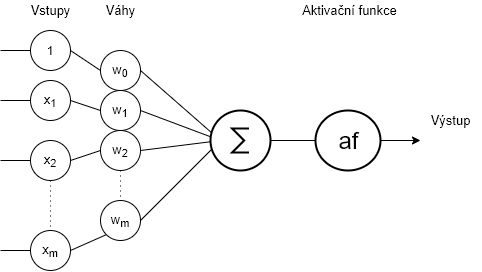
Before: thesis/obrazky/neuronSchema.png, a diagram exported from draw.io (mbobcik/Automatic-Harmony-Generation). Source tidied: cells renumbered, new cells last; positions are measured from the earlier drawing's top-left corner, leaving out a move shared by most shapes. The source it was exported from:
```xml
<mxGraphModel>
  <root>
    <mxCell id="0" />
    <mxCell id="1" parent="0" />
    <mxCell id="2" style="rounded=0;jettySize=auto;html=1;exitX=1;exitY=0.5;exitDx=0;exitDy=0;entryX=0;entryY=0.5;entryDx=0;entryDy=0;endArrow=none;endFill=0;" parent="1" edge="1" source="4" target="16">
      <mxGeometry relative="1" as="geometry" />
    </mxCell>
    <mxCell id="3" style="edgeStyle=none;rounded=0;jettySize=auto;html=1;exitX=0;exitY=0.5;exitDx=0;exitDy=0;endArrow=none;endFill=0;" parent="1" edge="1" source="4">
      <mxGeometry relative="1" as="geometry">
        <mxPoint y="50" as="targetPoint" />
      </mxGeometry>
    </mxCell>
    <mxCell id="4" value="1" style="ellipse;whiteSpace=wrap;html=1;" parent="1" vertex="1">
      <mxGeometry x="30" y="30" width="40" height="40" as="geometry" />
    </mxCell>
    <mxCell id="5" style="edgeStyle=none;rounded=0;jettySize=auto;html=1;exitX=1;exitY=0.5;exitDx=0;exitDy=0;entryX=0;entryY=1;entryDx=0;entryDy=0;endArrow=none;endFill=0;" parent="1" edge="1" source="7" target="18">
      <mxGeometry relative="1" as="geometry" />
    </mxCell>
    <mxCell id="6" style="edgeStyle=none;rounded=0;jettySize=auto;html=1;exitX=0;exitY=0.5;exitDx=0;exitDy=0;endArrow=none;endFill=0;" parent="1" edge="1" source="7">
      <mxGeometry relative="1" as="geometry">
        <mxPoint y="250" as="targetPoint" />
      </mxGeometry>
    </mxCell>
    <mxCell id="7" value="&lt;font style=&quot;font-size: 13px&quot;&gt;x&lt;sub&gt;m&lt;/sub&gt;&lt;/font&gt;" style="ellipse;whiteSpace=wrap;html=1;" parent="1" vertex="1">
      <mxGeometry x="30" y="230" width="40" height="40" as="geometry" />
    </mxCell>
    <mxCell id="8" style="edgeStyle=none;rounded=0;jettySize=auto;html=1;exitX=1;exitY=0.5;exitDx=0;exitDy=0;entryX=0;entryY=0.5;entryDx=0;entryDy=0;endArrow=none;endFill=0;" parent="1" edge="1" source="10" target="20">
      <mxGeometry relative="1" as="geometry" />
    </mxCell>
    <mxCell id="9" style="edgeStyle=none;rounded=0;jettySize=auto;html=1;exitX=0;exitY=0.5;exitDx=0;exitDy=0;endArrow=none;endFill=0;" parent="1" edge="1" source="10">
      <mxGeometry relative="1" as="geometry">
        <mxPoint y="100" as="targetPoint" />
      </mxGeometry>
    </mxCell>
    <mxCell id="10" value="&lt;font style=&quot;font-size: 13px&quot;&gt;x&lt;sub&gt;1&lt;/sub&gt;&lt;/font&gt;" style="ellipse;whiteSpace=wrap;html=1;" parent="1" vertex="1">
      <mxGeometry x="30" y="80" width="40" height="40" as="geometry" />
    </mxCell>
    <mxCell id="11" style="edgeStyle=none;rounded=0;jettySize=auto;html=1;exitX=1;exitY=0.5;exitDx=0;exitDy=0;entryX=0;entryY=0.5;entryDx=0;entryDy=0;endArrow=none;endFill=0;" parent="1" edge="1" source="14" target="23">
      <mxGeometry relative="1" as="geometry" />
    </mxCell>
    <mxCell id="12" style="edgeStyle=none;rounded=0;jettySize=auto;html=1;exitX=0;exitY=0.5;exitDx=0;exitDy=0;endArrow=none;endFill=0;" parent="1" edge="1" source="14">
      <mxGeometry relative="1" as="geometry">
        <mxPoint y="160" as="targetPoint" />
      </mxGeometry>
    </mxCell>
    <mxCell id="13" style="edgeStyle=none;rounded=0;jettySize=auto;html=1;exitX=0.5;exitY=1;exitDx=0;exitDy=0;endArrow=none;endFill=0;dashed=1;dashPattern=1 4;" parent="1" edge="1" source="14" target="7">
      <mxGeometry relative="1" as="geometry" />
    </mxCell>
    <mxCell id="14" value="&lt;font style=&quot;font-size: 13px&quot;&gt;x&lt;sub&gt;2&lt;/sub&gt;&lt;/font&gt;" style="ellipse;whiteSpace=wrap;html=1;" parent="1" vertex="1">
      <mxGeometry x="30" y="140" width="40" height="40" as="geometry" />
    </mxCell>
    <mxCell id="15" style="edgeStyle=none;rounded=0;jettySize=auto;html=1;exitX=1;exitY=0.5;exitDx=0;exitDy=0;entryX=0;entryY=0.5;entryDx=0;entryDy=0;endArrow=none;endFill=0;" parent="1" edge="1" source="16">
      <mxGeometry relative="1" as="geometry">
        <mxPoint x="220" y="140" as="targetPoint" />
      </mxGeometry>
    </mxCell>
    <mxCell id="16" value="&lt;font style=&quot;font-size: 13px&quot;&gt;w&lt;sub&gt;0&lt;/sub&gt;&lt;/font&gt;" style="ellipse;whiteSpace=wrap;html=1;" parent="1" vertex="1">
      <mxGeometry x="100" y="50" width="40" height="40" as="geometry" />
    </mxCell>
    <mxCell id="17" style="edgeStyle=none;rounded=0;jettySize=auto;html=1;exitX=1;exitY=0.5;exitDx=0;exitDy=0;endArrow=none;endFill=0;entryX=0;entryY=0.5;entryDx=0;entryDy=0;" parent="1" edge="1" source="18">
      <mxGeometry relative="1" as="geometry">
        <mxPoint x="220" y="140" as="targetPoint" />
      </mxGeometry>
    </mxCell>
    <mxCell id="18" value="&lt;font style=&quot;font-size: 13px&quot;&gt;w&lt;sub&gt;m&lt;/sub&gt;&lt;/font&gt;" style="ellipse;whiteSpace=wrap;html=1;" parent="1" vertex="1">
      <mxGeometry x="100" y="200" width="40" height="40" as="geometry" />
    </mxCell>
    <mxCell id="19" style="edgeStyle=none;rounded=0;jettySize=auto;html=1;exitX=1;exitY=0.5;exitDx=0;exitDy=0;endArrow=none;endFill=0;entryX=0;entryY=0.5;entryDx=0;entryDy=0;" parent="1" edge="1" source="20">
      <mxGeometry relative="1" as="geometry">
        <mxPoint x="220" y="140" as="targetPoint" />
      </mxGeometry>
    </mxCell>
    <mxCell id="20" value="&lt;font style=&quot;font-size: 13px&quot;&gt;w&lt;sub&gt;1&lt;/sub&gt;&lt;/font&gt;" style="ellipse;whiteSpace=wrap;html=1;" parent="1" vertex="1">
      <mxGeometry x="100" y="90" width="40" height="40" as="geometry" />
    </mxCell>
    <mxCell id="21" style="edgeStyle=none;rounded=0;jettySize=auto;html=1;exitX=1;exitY=0.5;exitDx=0;exitDy=0;entryX=0;entryY=0.5;entryDx=0;entryDy=0;endArrow=none;endFill=0;" parent="1" edge="1" source="23">
      <mxGeometry relative="1" as="geometry">
        <mxPoint x="220" y="140" as="targetPoint" />
      </mxGeometry>
    </mxCell>
    <mxCell id="22" style="edgeStyle=none;rounded=0;jettySize=auto;html=1;exitX=0.5;exitY=1;exitDx=0;exitDy=0;entryX=0.5;entryY=0;entryDx=0;entryDy=0;dashed=1;dashPattern=1 4;endArrow=none;endFill=0;" parent="1" edge="1" source="23" target="18">
      <mxGeometry relative="1" as="geometry" />
    </mxCell>
    <mxCell id="23" value="&lt;font style=&quot;font-size: 13px&quot;&gt;w&lt;sub&gt;2&lt;/sub&gt;&lt;/font&gt;" style="ellipse;whiteSpace=wrap;html=1;" parent="1" vertex="1">
      <mxGeometry x="100" y="130" width="40" height="40" as="geometry" />
    </mxCell>
    <mxCell id="24" style="edgeStyle=none;rounded=0;orthogonalLoop=1;jettySize=auto;html=1;exitX=1;exitY=0.5;exitDx=0;exitDy=0;entryX=0;entryY=0.5;entryDx=0;entryDy=0;endArrow=none;endFill=0;" parent="1" edge="1">
      <mxGeometry relative="1" as="geometry">
        <mxPoint x="280" y="140" as="sourcePoint" />
        <mxPoint x="320" y="140" as="targetPoint" />
      </mxGeometry>
    </mxCell>
    <mxCell id="25" style="edgeStyle=none;rounded=0;orthogonalLoop=1;jettySize=auto;html=1;exitX=1;exitY=0.5;exitDx=0;exitDy=0;endArrow=classic;endFill=1;" parent="1" edge="1">
      <mxGeometry relative="1" as="geometry">
        <mxPoint x="380" y="140" as="sourcePoint" />
        <mxPoint x="420" y="140" as="targetPoint" />
      </mxGeometry>
    </mxCell>
    <mxCell id="26" style="edgeStyle=none;rounded=0;jettySize=auto;html=1;endArrow=none;endFill=0;" parent="1" edge="1" source="27">
      <mxGeometry relative="1" as="geometry">
        <mxPoint x="320" y="140" as="targetPoint" />
      </mxGeometry>
    </mxCell>
    <mxCell id="27" style="verticalLabelPosition=bottom;shadow=0;dashed=0;align=center;html=1;verticalAlign=top;shape=mxgraph.electrical.abstract.sum;strokeWidth=2;" parent="1" vertex="1">
      <mxGeometry x="210" y="110" width="60" height="60" as="geometry" />
    </mxCell>
    <mxCell id="28" value="af" style="shape=mxgraph.electrical.abstract.function;html=1;shadow=0;dashed=0;align=center;strokeWidth=2;fontSize=24;" parent="1" vertex="1">
      <mxGeometry x="315" y="110" width="65" height="60" as="geometry" />
    </mxCell>
    <mxCell id="29" value="&lt;font style=&quot;font-size: 13px&quot;&gt;Vstupy&lt;/font&gt;" style="text;html=1;align=center;verticalAlign=middle;" parent="1" vertex="1">
      <mxGeometry x="20" width="60" height="20" as="geometry" />
    </mxCell>
    <mxCell id="30" value="&lt;font style=&quot;font-size: 13px&quot;&gt;Váhy&lt;/font&gt;" style="text;html=1;align=center;verticalAlign=middle;" parent="1" vertex="1">
      <mxGeometry x="95" width="50" height="20" as="geometry" />
    </mxCell>
    <mxCell id="31" value="&lt;font style=&quot;font-size: 13px&quot;&gt;Aktivační funkce&lt;/font&gt;" style="text;html=1;align=center;verticalAlign=middle;" parent="1" vertex="1">
      <mxGeometry x="294" width="110" height="20" as="geometry" />
    </mxCell>
    <mxCell id="32" value="&lt;font style=&quot;font-size: 13px&quot;&gt;Výstup&lt;/font&gt;" style="text;html=1;align=center;verticalAlign=middle;" parent="1" vertex="1">
      <mxGeometry x="420" y="110" width="60" height="20" as="geometry" />
    </mxCell>
  </root>
</mxGraphModel>
```
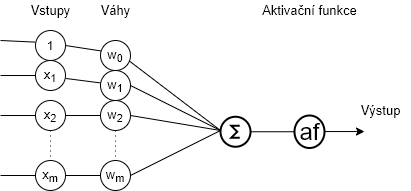
Above is the later version.

What changed in the source:
```diff
@@ -2,122 +2,114 @@
   <root>
     <mxCell id="0" />
     <mxCell id="1" parent="0" />
-    <mxCell id="2" style="rounded=0;jettySize=auto;html=1;exitX=1;exitY=0.5;exitDx=0;exitDy=0;entryX=0;entryY=0.5;entryDx=0;entryDy=0;endArrow=none;endFill=0;" parent="1" edge="1" source="4" target="16">
+    <mxCell id="2" style="rounded=0;jettySize=auto;html=1;exitX=1;exitY=0.5;exitDx=0;exitDy=0;entryX=0.007;entryY=0.347;entryDx=0;entryDy=0;endArrow=none;endFill=0;entryPerimeter=0;" parent="1" edge="1" source="4" target="16">
       <mxGeometry relative="1" as="geometry" />
     </mxCell>
-    <mxCell id="3" style="edgeStyle=none;rounded=0;jettySize=auto;html=1;exitX=0;exitY=0.5;exitDx=0;exitDy=0;endArrow=none;endFill=0;" parent="1" edge="1" source="4">
+    <mxCell id="3" style="edgeStyle=none;rounded=0;jettySize=auto;html=1;exitX=-0.013;exitY=0.387;exitDx=0;exitDy=0;endArrow=none;endFill=0;exitPerimeter=0;" parent="1" edge="1" source="4">
       <mxGeometry relative="1" as="geometry">
-        <mxPoint y="50" as="targetPoint" />
+        <mxPoint x="140" y="-20" as="targetPoint" />
       </mxGeometry>
     </mxCell>
     <mxCell id="4" value="1" style="ellipse;whiteSpace=wrap;html=1;" parent="1" vertex="1">
-      <mxGeometry x="30" y="30" width="40" height="40" as="geometry" />
+      <mxGeometry x="175" y="-30" width="30" height="30" as="geometry" />
     </mxCell>
-    <mxCell id="5" style="edgeStyle=none;rounded=0;jettySize=auto;html=1;exitX=1;exitY=0.5;exitDx=0;exitDy=0;entryX=0;entryY=1;entryDx=0;entryDy=0;endArrow=none;endFill=0;" parent="1" edge="1" source="7" target="18">
+    <mxCell id="5" style="edgeStyle=none;rounded=0;jettySize=auto;html=1;exitX=1;exitY=0.5;exitDx=0;exitDy=0;entryX=0;entryY=0.5;entryDx=0;entryDy=0;endArrow=none;endFill=0;" parent="1" edge="1" source="7" target="18">
       <mxGeometry relative="1" as="geometry" />
     </mxCell>
     <mxCell id="6" style="edgeStyle=none;rounded=0;jettySize=auto;html=1;exitX=0;exitY=0.5;exitDx=0;exitDy=0;endArrow=none;endFill=0;" parent="1" edge="1" source="7">
       <mxGeometry relative="1" as="geometry">
-        <mxPoint y="250" as="targetPoint" />
+        <mxPoint x="140" y="115" as="targetPoint" />
       </mxGeometry>
     </mxCell>
     <mxCell id="7" value="&lt;font style=&quot;font-size: 13px&quot;&gt;x&lt;sub&gt;m&lt;/sub&gt;&lt;/font&gt;" style="ellipse;whiteSpace=wrap;html=1;" parent="1" vertex="1">
-      <mxGeometry x="30" y="230" width="40" height="40" as="geometry" />
+      <mxGeometry x="175" y="100" width="30" height="30" as="geometry" />
     </mxCell>
-    <mxCell id="8" style="edgeStyle=none;rounded=0;jettySize=auto;html=1;exitX=1;exitY=0.5;exitDx=0;exitDy=0;entryX=0;entryY=0.5;entryDx=0;entryDy=0;endArrow=none;endFill=0;" parent="1" edge="1" source="10" target="20">
+    <mxCell id="8" style="edgeStyle=none;rounded=0;jettySize=auto;html=1;exitX=1.02;exitY=0.6;exitDx=0;exitDy=0;endArrow=none;endFill=0;exitPerimeter=0;entryX=-0.007;entryY=0.413;entryDx=0;entryDy=0;entryPerimeter=0;" parent="1" edge="1" source="10" target="20">
       <mxGeometry relative="1" as="geometry" />
     </mxCell>
     <mxCell id="9" style="edgeStyle=none;rounded=0;jettySize=auto;html=1;exitX=0;exitY=0.5;exitDx=0;exitDy=0;endArrow=none;endFill=0;" parent="1" edge="1" source="10">
       <mxGeometry relative="1" as="geometry">
-        <mxPoint y="100" as="targetPoint" />
+        <mxPoint x="140" y="15" as="targetPoint" />
       </mxGeometry>
     </mxCell>
     <mxCell id="10" value="&lt;font style=&quot;font-size: 13px&quot;&gt;x&lt;sub&gt;1&lt;/sub&gt;&lt;/font&gt;" style="ellipse;whiteSpace=wrap;html=1;" parent="1" vertex="1">
-      <mxGeometry x="30" y="80" width="40" height="40" as="geometry" />
+      <mxGeometry x="175" width="30" height="30" as="geometry" />
     </mxCell>
     <mxCell id="11" style="edgeStyle=none;rounded=0;jettySize=auto;html=1;exitX=1;exitY=0.5;exitDx=0;exitDy=0;entryX=0;entryY=0.5;entryDx=0;entryDy=0;endArrow=none;endFill=0;" parent="1" edge="1" source="14" target="23">
       <mxGeometry relative="1" as="geometry" />
     </mxCell>
     <mxCell id="12" style="edgeStyle=none;rounded=0;jettySize=auto;html=1;exitX=0;exitY=0.5;exitDx=0;exitDy=0;endArrow=none;endFill=0;" parent="1" edge="1" source="14">
       <mxGeometry relative="1" as="geometry">
-        <mxPoint y="160" as="targetPoint" />
+        <mxPoint x="140" y="55" as="targetPoint" />
       </mxGeometry>
     </mxCell>
     <mxCell id="13" style="edgeStyle=none;rounded=0;jettySize=auto;html=1;exitX=0.5;exitY=1;exitDx=0;exitDy=0;endArrow=none;endFill=0;dashed=1;dashPattern=1 4;" parent="1" edge="1" source="14" target="7">
       <mxGeometry relative="1" as="geometry" />
     </mxCell>
     <mxCell id="14" value="&lt;font style=&quot;font-size: 13px&quot;&gt;x&lt;sub&gt;2&lt;/sub&gt;&lt;/font&gt;" style="ellipse;whiteSpace=wrap;html=1;" parent="1" vertex="1">
-      <mxGeometry x="30" y="140" width="40" height="40" as="geometry" />
+      <mxGeometry x="175" y="40" width="30" height="30" as="geometry" />
     </mxCell>
-    <mxCell id="15" style="edgeStyle=none;rounded=0;jettySize=auto;html=1;exitX=1;exitY=0.5;exitDx=0;exitDy=0;entryX=0;entryY=0.5;entryDx=0;entryDy=0;endArrow=none;endFill=0;" parent="1" edge="1" source="16">
+    <mxCell id="15" style="edgeStyle=none;rounded=0;jettySize=auto;html=1;exitX=0.94;exitY=0.667;exitDx=0;exitDy=0;entryX=0;entryY=0.5;entryDx=0;entryDy=0;endArrow=none;endFill=0;exitPerimeter=0;" parent="1" edge="1" source="16">
       <mxGeometry relative="1" as="geometry">
-        <mxPoint x="220" y="140" as="targetPoint" />
+        <mxPoint x="360" y="70" as="targetPoint" />
       </mxGeometry>
     </mxCell>
     <mxCell id="16" value="&lt;font style=&quot;font-size: 13px&quot;&gt;w&lt;sub&gt;0&lt;/sub&gt;&lt;/font&gt;" style="ellipse;whiteSpace=wrap;html=1;" parent="1" vertex="1">
-      <mxGeometry x="100" y="50" width="40" height="40" as="geometry" />
+      <mxGeometry x="240" y="-20" width="30" height="30" as="geometry" />
     </mxCell>
     <mxCell id="17" style="edgeStyle=none;rounded=0;jettySize=auto;html=1;exitX=1;exitY=0.5;exitDx=0;exitDy=0;endArrow=none;endFill=0;entryX=0;entryY=0.5;entryDx=0;entryDy=0;" parent="1" edge="1" source="18">
       <mxGeometry relative="1" as="geometry">
-        <mxPoint x="220" y="140" as="targetPoint" />
+        <mxPoint x="360" y="70" as="targetPoint" />
       </mxGeometry>
     </mxCell>
     <mxCell id="18" value="&lt;font style=&quot;font-size: 13px&quot;&gt;w&lt;sub&gt;m&lt;/sub&gt;&lt;/font&gt;" style="ellipse;whiteSpace=wrap;html=1;" parent="1" vertex="1">
-      <mxGeometry x="100" y="200" width="40" height="40" as="geometry" />
+      <mxGeometry x="240" y="100" width="30" height="30" as="geometry" />
     </mxCell>
     <mxCell id="19" style="edgeStyle=none;rounded=0;jettySize=auto;html=1;exitX=1;exitY=0.5;exitDx=0;exitDy=0;endArrow=none;endFill=0;entryX=0;entryY=0.5;entryDx=0;entryDy=0;" parent="1" edge="1" source="20">
       <mxGeometry relative="1" as="geometry">
-        <mxPoint x="220" y="140" as="targetPoint" />
+        <mxPoint x="360" y="70" as="targetPoint" />
       </mxGeometry>
     </mxCell>
     <mxCell id="20" value="&lt;font style=&quot;font-size: 13px&quot;&gt;w&lt;sub&gt;1&lt;/sub&gt;&lt;/font&gt;" style="ellipse;whiteSpace=wrap;html=1;" parent="1" vertex="1">
-      <mxGeometry x="100" y="90" width="40" height="40" as="geometry" />
+      <mxGeometry x="240" y="10" width="30" height="30" as="geometry" />
     </mxCell>
     <mxCell id="21" style="edgeStyle=none;rounded=0;jettySize=auto;html=1;exitX=1;exitY=0.5;exitDx=0;exitDy=0;entryX=0;entryY=0.5;entryDx=0;entryDy=0;endArrow=none;endFill=0;" parent="1" edge="1" source="23">
       <mxGeometry relative="1" as="geometry">
-        <mxPoint x="220" y="140" as="targetPoint" />
+        <mxPoint x="360" y="70" as="targetPoint" />
       </mxGeometry>
     </mxCell>
     <mxCell id="22" style="edgeStyle=none;rounded=0;jettySize=auto;html=1;exitX=0.5;exitY=1;exitDx=0;exitDy=0;entryX=0.5;entryY=0;entryDx=0;entryDy=0;dashed=1;dashPattern=1 4;endArrow=none;endFill=0;" parent="1" edge="1" source="23" target="18">
       <mxGeometry relative="1" as="geometry" />
     </mxCell>
     <mxCell id="23" value="&lt;font style=&quot;font-size: 13px&quot;&gt;w&lt;sub&gt;2&lt;/sub&gt;&lt;/font&gt;" style="ellipse;whiteSpace=wrap;html=1;" parent="1" vertex="1">
-      <mxGeometry x="100" y="130" width="40" height="40" as="geometry" />
+      <mxGeometry x="240" y="40" width="30" height="30" as="geometry" />
     </mxCell>
-    <mxCell id="24" style="edgeStyle=none;rounded=0;orthogonalLoop=1;jettySize=auto;html=1;exitX=1;exitY=0.5;exitDx=0;exitDy=0;entryX=0;entryY=0.5;entryDx=0;entryDy=0;endArrow=none;endFill=0;" parent="1" edge="1">
-      <mxGeometry relative="1" as="geometry">
-        <mxPoint x="280" y="140" as="sourcePoint" />
-        <mxPoint x="320" y="140" as="targetPoint" />
-      </mxGeometry>
-    </mxCell>
     <mxCell id="25" style="edgeStyle=none;rounded=0;orthogonalLoop=1;jettySize=auto;html=1;exitX=1;exitY=0.5;exitDx=0;exitDy=0;endArrow=classic;endFill=1;" parent="1" edge="1">
       <mxGeometry relative="1" as="geometry">
-        <mxPoint x="380" y="140" as="sourcePoint" />
-        <mxPoint x="420" y="140" as="targetPoint" />
+        <mxPoint x="464" y="71.1" as="sourcePoint" />
+        <mxPoint x="504" y="71.1" as="targetPoint" />
       </mxGeometry>
     </mxCell>
-    <mxCell id="26" style="edgeStyle=none;rounded=0;jettySize=auto;html=1;endArrow=none;endFill=0;" parent="1" edge="1" source="27">
-      <mxGeometry relative="1" as="geometry">
-        <mxPoint x="320" y="140" as="targetPoint" />
-      </mxGeometry>
-    </mxCell>
+    <mxCell id="33" style="rounded=0;jettySize=auto;html=1;exitX=1;exitY=0.5;exitDx=0;exitDy=0;exitPerimeter=0;entryX=0;entryY=0.5;entryDx=0;entryDy=0;entryPerimeter=0;endArrow=none;endFill=0;" parent="1" edge="1" source="27" target="28">
+      <mxGeometry relative="1" as="geometry" />
+    </mxCell>
     <mxCell id="27" style="verticalLabelPosition=bottom;shadow=0;dashed=0;align=center;html=1;verticalAlign=top;shape=mxgraph.electrical.abstract.sum;strokeWidth=2;" parent="1" vertex="1">
-      <mxGeometry x="210" y="110" width="60" height="60" as="geometry" />
+      <mxGeometry x="360" y="56.2" width="30" height="30" as="geometry" />
     </mxCell>
     <mxCell id="28" value="af" style="shape=mxgraph.electrical.abstract.function;html=1;shadow=0;dashed=0;align=center;strokeWidth=2;fontSize=24;" parent="1" vertex="1">
-      <mxGeometry x="315" y="110" width="65" height="60" as="geometry" />
+      <mxGeometry x="434" y="55" width="30" height="32.5" as="geometry" />
     </mxCell>
     <mxCell id="29" value="&lt;font style=&quot;font-size: 13px&quot;&gt;Vstupy&lt;/font&gt;" style="text;html=1;align=center;verticalAlign=middle;" parent="1" vertex="1">
-      <mxGeometry x="20" width="60" height="20" as="geometry" />
+      <mxGeometry x="160" y="-60" width="60" height="20" as="geometry" />
     </mxCell>
     <mxCell id="30" value="&lt;font style=&quot;font-size: 13px&quot;&gt;Váhy&lt;/font&gt;" style="text;html=1;align=center;verticalAlign=middle;" parent="1" vertex="1">
-      <mxGeometry x="95" width="50" height="20" as="geometry" />
+      <mxGeometry x="230" y="-60" width="50" height="20" as="geometry" />
     </mxCell>
     <mxCell id="31" value="&lt;font style=&quot;font-size: 13px&quot;&gt;Aktivační funkce&lt;/font&gt;" style="text;html=1;align=center;verticalAlign=middle;" parent="1" vertex="1">
-      <mxGeometry x="294" width="110" height="20" as="geometry" />
+      <mxGeometry x="394" y="-60" width="110" height="20" as="geometry" />
     </mxCell>
     <mxCell id="32" value="&lt;font style=&quot;font-size: 13px&quot;&gt;Výstup&lt;/font&gt;" style="text;html=1;align=center;verticalAlign=middle;" parent="1" vertex="1">
-      <mxGeometry x="420" y="110" width="60" height="20" as="geometry" />
+      <mxGeometry x="490" y="40" width="60" height="20" as="geometry" />
     </mxCell>
   </root>
 </mxGraphModel>
```
